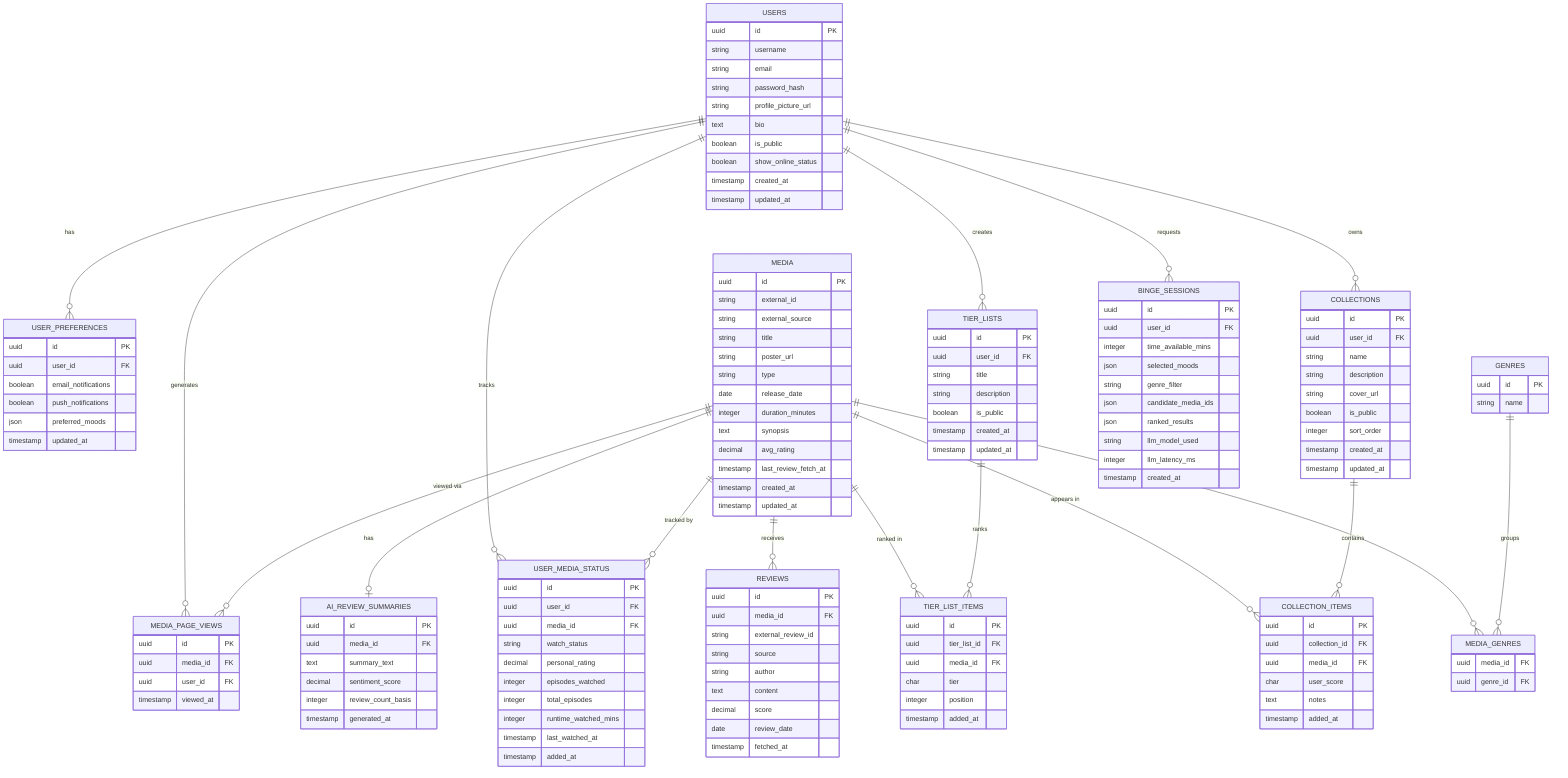
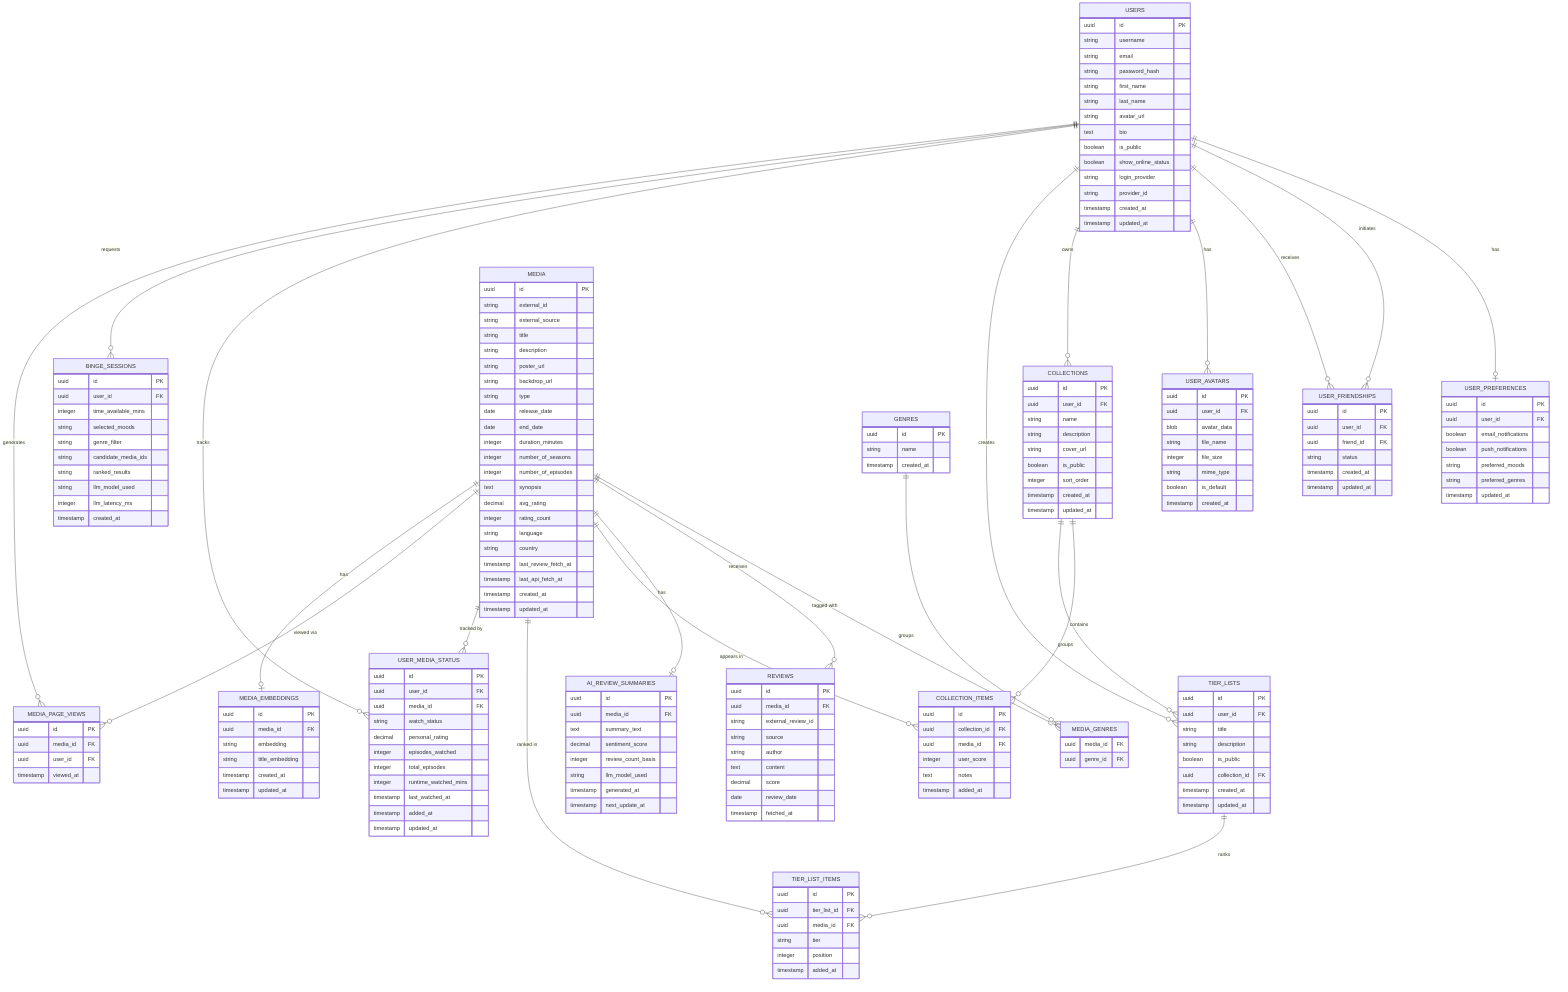
- 
erDiagram
    USERS {
        uuid id PK
        string username
        string email
        string password_hash
-         string profile_picture_url
+         string first_name
+         string last_name
+         string avatar_url
        text bio
        boolean is_public
        boolean show_online_status
+         string login_provider
+         string provider_id
        timestamp created_at
        timestamp updated_at
    }

    USER_PREFERENCES {
        uuid id PK
        uuid user_id FK
        boolean email_notifications
        boolean push_notifications
-         json preferred_moods
-         timestamp updated_at
+         string preferred_moods
+         string preferred_genres
+         timestamp updated_at
+     }
+ 
+     USER_FRIENDSHIPS {
+         uuid id PK
+         uuid user_id FK
+         uuid friend_id FK
+         string status
+         timestamp created_at
+         timestamp updated_at
+     }
+ 
+     USER_AVATARS {
+         uuid id PK
+         uuid user_id FK
+         blob avatar_data
+         string file_name
+         integer file_size
+         string mime_type
+         boolean is_default
+         timestamp created_at
    }

    MEDIA {
        uuid id PK
        string external_id
        string external_source
        string title
+         string description
        string poster_url
+         string backdrop_url
        string type
        date release_date
+         date end_date
        integer duration_minutes
+         integer number_of_seasons
+         integer number_of_episodes
        text synopsis
        decimal avg_rating
+         integer rating_count
+         string language
+         string country
        timestamp last_review_fetch_at
+         timestamp last_api_fetch_at
        timestamp created_at
        timestamp updated_at
    }

    GENRES {
        uuid id PK
        string name
+         timestamp created_at
    }

    MEDIA_GENRES {
        uuid media_id FK
        uuid genre_id FK
    }

    REVIEWS {
        uuid id PK
        uuid media_id FK
        string external_review_id
        string source
        string author
        text content
        decimal score
        date review_date
        timestamp fetched_at
    }

    AI_REVIEW_SUMMARIES {
        uuid id PK
        uuid media_id FK
        text summary_text
        decimal sentiment_score
        integer review_count_basis
+         string llm_model_used
        timestamp generated_at
+         timestamp next_update_at
    }

    MEDIA_PAGE_VIEWS {
        uuid id PK
        uuid media_id FK
        uuid user_id FK
        timestamp viewed_at
-     }
- 
-     COLLECTIONS {
-         uuid id PK
-         uuid user_id FK
-         string name
-         string description
-         string cover_url
-         boolean is_public
-         integer sort_order
-         timestamp created_at
-         timestamp updated_at
-     }
- 
-     COLLECTION_ITEMS {
-         uuid id PK
-         uuid collection_id FK
-         uuid media_id FK
-         char user_score
-         text notes
-         timestamp added_at
-     }
- 
-     TIER_LISTS {
-         uuid id PK
-         uuid user_id FK
-         string title
-         string description
-         boolean is_public
-         timestamp created_at
-         timestamp updated_at
-     }
- 
-     TIER_LIST_ITEMS {
-         uuid id PK
-         uuid tier_list_id FK
-         uuid media_id FK
-         char tier
-         integer position
-         timestamp added_at
    }

    USER_MEDIA_STATUS {
        uuid id PK
        uuid user_id FK
        uuid media_id FK
        string watch_status
        decimal personal_rating
        integer episodes_watched
        integer total_episodes
        integer runtime_watched_mins
        timestamp last_watched_at
        timestamp added_at
+         timestamp updated_at
+     }
+ 
+     COLLECTIONS {
+         uuid id PK
+         uuid user_id FK
+         string name
+         string description
+         string cover_url
+         boolean is_public
+         integer sort_order
+         timestamp created_at
+         timestamp updated_at
+     }
+ 
+     COLLECTION_ITEMS {
+         uuid id PK
+         uuid collection_id FK
+         uuid media_id FK
+         integer user_score
+         text notes
+         timestamp added_at
+     }
+ 
+     TIER_LISTS {
+         uuid id PK
+         uuid user_id FK
+         string title
+         string description
+         boolean is_public
+         uuid collection_id FK
+         timestamp created_at
+         timestamp updated_at
+     }
+ 
+     TIER_LIST_ITEMS {
+         uuid id PK
+         uuid tier_list_id FK
+         uuid media_id FK
+         string tier
+         integer position
+         timestamp added_at
    }

    BINGE_SESSIONS {
        uuid id PK
        uuid user_id FK
        integer time_available_mins
-         json selected_moods
+         string selected_moods
        string genre_filter
-         json candidate_media_ids
-         json ranked_results
+         string candidate_media_ids
+         string ranked_results
        string llm_model_used
        integer llm_latency_ms
        timestamp created_at
    }

-     USERS ||--o{ USER_PREFERENCES : "has"
+     MEDIA_EMBEDDINGS {
+         uuid id PK
+         uuid media_id FK
+         string embedding
+         string title_embedding
+         timestamp created_at
+         timestamp updated_at
+     }
+ 
+     USERS ||--o| USER_PREFERENCES : "has"
+     USERS ||--o{ USER_FRIENDSHIPS : "initiates"
+     USERS ||--o{ USER_FRIENDSHIPS : "receives"
+     USERS ||--o{ USER_AVATARS : "has"
    USERS ||--o{ COLLECTIONS : "owns"
    USERS ||--o{ TIER_LISTS : "creates"
    USERS ||--o{ USER_MEDIA_STATUS : "tracks"
    USERS ||--o{ BINGE_SESSIONS : "requests"
    USERS ||--o{ MEDIA_PAGE_VIEWS : "generates"

    MEDIA ||--o{ MEDIA_GENRES : "tagged with"
    MEDIA ||--o{ REVIEWS : "receives"
    MEDIA ||--o| AI_REVIEW_SUMMARIES : "has"
    MEDIA ||--o{ COLLECTION_ITEMS : "appears in"
    MEDIA ||--o{ TIER_LIST_ITEMS : "ranked in"
    MEDIA ||--o{ USER_MEDIA_STATUS : "tracked by"
    MEDIA ||--o{ MEDIA_PAGE_VIEWS : "viewed via"
+     MEDIA ||--o| MEDIA_EMBEDDINGS : "has"

    GENRES ||--o{ MEDIA_GENRES : "groups"
    COLLECTIONS ||--o{ COLLECTION_ITEMS : "contains"
+     COLLECTIONS ||--o{ TIER_LISTS : "groups"
    TIER_LISTS ||--o{ TIER_LIST_ITEMS : "ranks"
